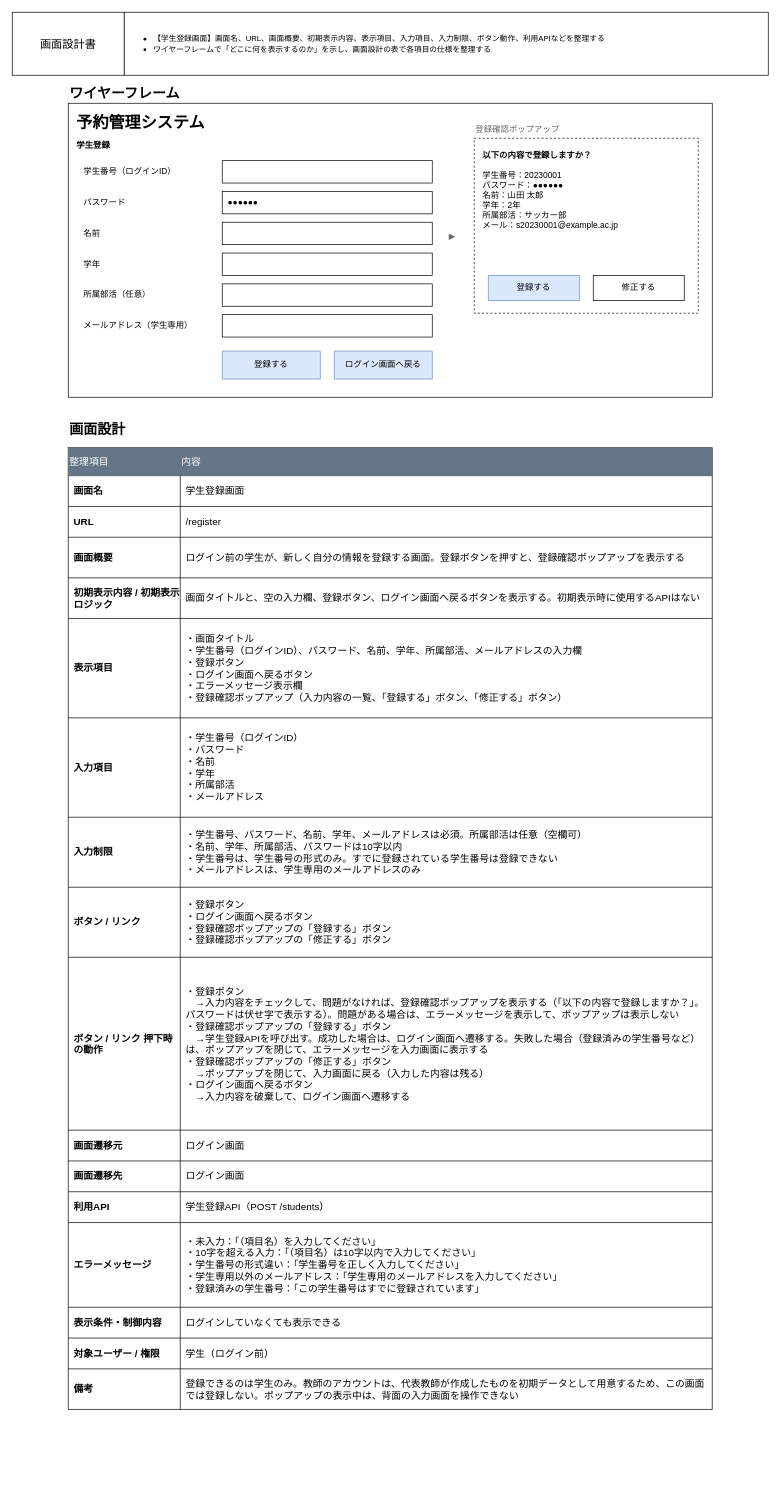
This is page "画面設計書（学生登録画面）" (2 of 5) of docs/詳細設計.drawio from yuhihamada0703/shower-reservation, a draw.io file, before an edit. Source tidied: cells renumbered, new cells numbered last; positions are measured from the earlier drawing's top-left corner, leaving out a move shared by most shapes. Both pictures are drawn from the tidied source at 70%, with x=0, y=0 at pixel (12, 12).
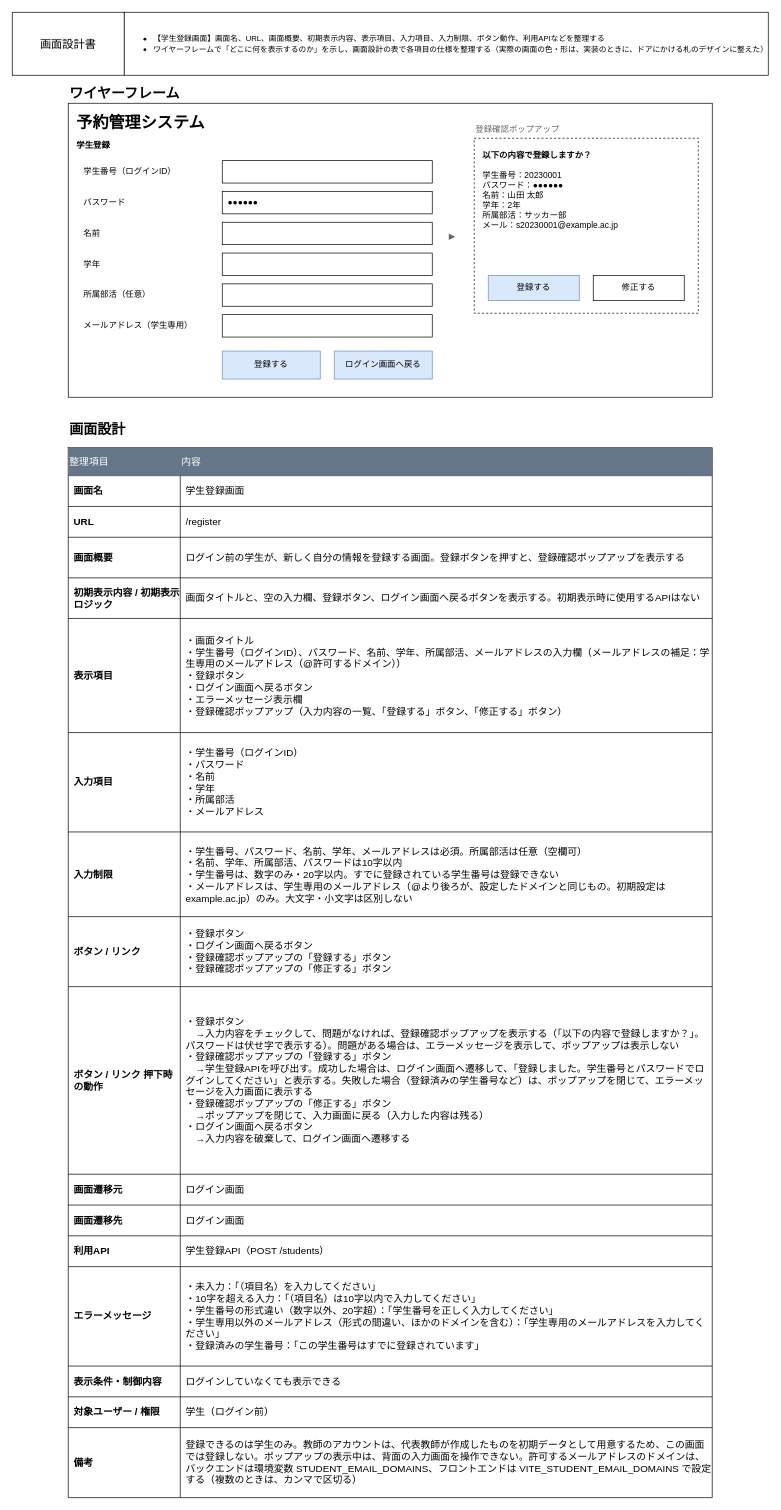
After the change.

Diff of the diagram source:
```diff
@@
-    <mxCell id="3" value="&lt;ul&gt;&lt;li&gt;&lt;font style=&quot;font-size: 11px;&quot;&gt;【学生登録画面】画面名、URL、画面概要、初期表示内容、表示項目、入力項目、入力制限、ボタン動作、利用APIなどを整理する&lt;/font&gt;&lt;/li&gt;&lt;li&gt;&lt;font style=&quot;font-size: 11px;&quot;&gt;ワイヤーフレームで「どこに何を表示するのか」を示し、画面設計の表で各項目の仕様を整理する&lt;/font&gt;&lt;/li&gt;&lt;/ul&gt;" style="whiteSpace=wrap;html=1;align=left;" parent="1" vertex="1">
+    <mxCell id="3" value="&lt;ul&gt;&lt;li&gt;&lt;font style=&quot;font-size: 11px;&quot;&gt;【学生登録画面】画面名、URL、画面概要、初期表示内容、表示項目、入力項目、入力制限、ボタン動作、利用APIなどを整理する&lt;/font&gt;&lt;/li&gt;&lt;li&gt;&lt;font style=&quot;font-size: 11px;&quot;&gt;ワイヤーフレームで「どこに何を表示するのか」を示し、画面設計の表で各項目の仕様を整理する（実際の画面の色・形は、実装のときに、ドアにかける札のデザインに整えた）&lt;/font&gt;&lt;/li&gt;&lt;/ul&gt;" style="whiteSpace=wrap;html=1;align=left;" parent="1" vertex="1">
       <mxGeometry x="160" width="920" height="90" as="geometry" />
     </mxCell>
@@
     <mxCell id="28" style="shape=table;startSize=0;childLayout=tableLayout;fontSize=14;" parent="1" vertex="1">
-      <mxGeometry x="80" y="622" width="920" height="1374" as="geometry" />
+      <mxGeometry x="80" y="622" width="920" height="1500" as="geometry" />
     </mxCell>
@@
     <mxCell id="44" style="shape=tableRow;horizontal=0;startSize=0;swimlaneHead=0;swimlaneBody=0;strokeColor=inherit;top=0;left=0;bottom=0;right=0;fillColor=none;fontSize=14;" parent="28" vertex="1">
-      <mxGeometry y="244" width="920" height="142" as="geometry" />
+      <mxGeometry y="244" width="920" height="163" as="geometry" />
     </mxCell>
     <mxCell id="45" value="表示項目" style="shape=partialRectangle;html=1;whiteSpace=wrap;strokeColor=inherit;overflow=hidden;fillColor=none;top=0;left=0;bottom=0;right=0;fontSize=14;align=left;verticalAlign=middle;spacingLeft=6;fontStyle=1;" parent="44" vertex="1">
-      <mxGeometry width="160" height="142" as="geometry" />
+      <mxGeometry width="160" height="163" as="geometry" />
     </mxCell>
-    <mxCell id="46" value="・画面タイトル&lt;br&gt;・学生番号（ログインID）、パスワード、名前、学年、所属部活、メールアドレスの入力欄&lt;br&gt;・登録ボタン&lt;br&gt;・ログイン画面へ戻るボタン&lt;br&gt;・エラーメッセージ表示欄&lt;br&gt;・登録確認ポップアップ（入力内容の一覧、「登録する」ボタン、「修正する」ボタン）" style="shape=partialRectangle;html=1;whiteSpace=wrap;strokeColor=inherit;overflow=hidden;fillColor=none;top=0;left=0;bottom=0;right=0;fontSize=14;align=left;verticalAlign=middle;spacingLeft=6;" parent="44" vertex="1">
-      <mxGeometry x="160" width="760" height="142" as="geometry" />
+    <mxCell id="46" value="・画面タイトル&lt;br&gt;・学生番号（ログインID）、パスワード、名前、学年、所属部活、メールアドレスの入力欄（メールアドレスの補足：学生専用のメールアドレス（@許可するドメイン））&lt;br&gt;・登録ボタン&lt;br&gt;・ログイン画面へ戻るボタン&lt;br&gt;・エラーメッセージ表示欄&lt;br&gt;・登録確認ポップアップ（入力内容の一覧、「登録する」ボタン、「修正する」ボタン）" style="shape=partialRectangle;html=1;whiteSpace=wrap;strokeColor=inherit;overflow=hidden;fillColor=none;top=0;left=0;bottom=0;right=0;fontSize=14;align=left;verticalAlign=middle;spacingLeft=6;" parent="44" vertex="1">
+      <mxGeometry x="160" width="760" height="163" as="geometry" />
     </mxCell>
     <mxCell id="47" style="shape=tableRow;horizontal=0;startSize=0;swimlaneHead=0;swimlaneBody=0;strokeColor=inherit;top=0;left=0;bottom=0;right=0;fillColor=none;fontSize=14;" parent="28" vertex="1">
-      <mxGeometry y="386" width="920" height="142" as="geometry" />
+      <mxGeometry y="407" width="920" height="142" as="geometry" />
     </mxCell>
@@
     <mxCell id="50" style="shape=tableRow;horizontal=0;startSize=0;swimlaneHead=0;swimlaneBody=0;strokeColor=inherit;top=0;left=0;bottom=0;right=0;fillColor=none;fontSize=14;" parent="28" vertex="1">
-      <mxGeometry y="528" width="920" height="100" as="geometry" />
+      <mxGeometry y="549" width="920" height="121" as="geometry" />
     </mxCell>
     <mxCell id="51" value="入力制限" style="shape=partialRectangle;html=1;whiteSpace=wrap;strokeColor=inherit;overflow=hidden;fillColor=none;top=0;left=0;bottom=0;right=0;fontSize=14;align=left;verticalAlign=middle;spacingLeft=6;fontStyle=1;" parent="50" vertex="1">
-      <mxGeometry width="160" height="100" as="geometry" />
+      <mxGeometry width="160" height="121" as="geometry" />
     </mxCell>
-    <mxCell id="52" value="・学生番号、パスワード、名前、学年、メールアドレスは必須。所属部活は任意（空欄可）&lt;br&gt;・名前、学年、所属部活、パスワードは10字以内&lt;br&gt;・学生番号は、学生番号の形式のみ。すでに登録されている学生番号は登録できない&lt;br&gt;・メールアドレスは、学生専用のメールアドレスのみ" style="shape=partialRectangle;html=1;whiteSpace=wrap;strokeColor=inherit;overflow=hidden;fillColor=none;top=0;left=0;bottom=0;right=0;fontSize=14;align=left;verticalAlign=middle;spacingLeft=6;" parent="50" vertex="1">
-      <mxGeometry x="160" width="760" height="100" as="geometry" />
+    <mxCell id="52" value="・学生番号、パスワード、名前、学年、メールアドレスは必須。所属部活は任意（空欄可）&lt;br&gt;・名前、学年、所属部活、パスワードは10字以内&lt;br&gt;・学生番号は、数字のみ・20字以内。すでに登録されている学生番号は登録できない&lt;br&gt;・メールアドレスは、学生専用のメールアドレス（@より後ろが、設定したドメインと同じもの。初期設定は example.ac.jp）のみ。大文字・小文字は区別しない" style="shape=partialRectangle;html=1;whiteSpace=wrap;strokeColor=inherit;overflow=hidden;fillColor=none;top=0;left=0;bottom=0;right=0;fontSize=14;align=left;verticalAlign=middle;spacingLeft=6;" parent="50" vertex="1">
+      <mxGeometry x="160" width="760" height="121" as="geometry" />
     </mxCell>
     <mxCell id="53" style="shape=tableRow;horizontal=0;startSize=0;swimlaneHead=0;swimlaneBody=0;strokeColor=inherit;top=0;left=0;bottom=0;right=0;fillColor=none;fontSize=14;" parent="28" vertex="1">
-      <mxGeometry y="628" width="920" height="100" as="geometry" />
+      <mxGeometry y="670" width="920" height="100" as="geometry" />
     </mxCell>
@@
     <mxCell id="56" style="shape=tableRow;horizontal=0;startSize=0;swimlaneHead=0;swimlaneBody=0;strokeColor=inherit;top=0;left=0;bottom=0;right=0;fillColor=none;fontSize=14;" parent="28" vertex="1">
-      <mxGeometry y="728" width="920" height="247" as="geometry" />
+      <mxGeometry y="770" width="920" height="268" as="geometry" />
     </mxCell>
     <mxCell id="57" value="ボタン / リンク 押下時の動作" style="shape=partialRectangle;html=1;whiteSpace=wrap;strokeColor=inherit;overflow=hidden;fillColor=none;top=0;left=0;bottom=0;right=0;fontSize=14;align=left;verticalAlign=middle;spacingLeft=6;fontStyle=1;" parent="56" vertex="1">
-      <mxGeometry width="160" height="247" as="geometry" />
+      <mxGeometry width="160" height="268" as="geometry" />
     </mxCell>
-    <mxCell id="58" value="・登録ボタン&lt;br&gt;　→入力内容をチェックして、問題がなければ、登録確認ポップアップを表示する（「以下の内容で登録しますか？」。パスワードは伏せ字で表示する）。問題がある場合は、エラーメッセージを表示して、ポップアップは表示しない&lt;br&gt;・登録確認ポップアップの「登録する」ボタン&lt;br&gt;　→学生登録APIを呼び出す。成功した場合は、ログイン画面へ遷移する。失敗した場合（登録済みの学生番号など）は、ポップアップを閉じて、エラーメッセージを入力画面に表示する&lt;br&gt;・登録確認ポップアップの「修正する」ボタン&lt;br&gt;　→ポップアップを閉じて、入力画面に戻る（入力した内容は残る）&lt;br&gt;・ログイン画面へ戻るボタン&lt;br&gt;　→入力内容を破棄して、ログイン画面へ遷移する" style="shape=partialRectangle;html=1;whiteSpace=wrap;strokeColor=inherit;overflow=hidden;fillColor=none;top=0;left=0;bottom=0;right=0;fontSize=14;align=left;verticalAlign=middle;spacingLeft=6;" parent="56" vertex="1">
-      <mxGeometry x="160" width="760" height="247" as="geometry" />
+    <mxCell id="58" value="・登録ボタン&lt;br&gt;　→入力内容をチェックして、問題がなければ、登録確認ポップアップを表示する（「以下の内容で登録しますか？」。パスワードは伏せ字で表示する）。問題がある場合は、エラーメッセージを表示して、ポップアップは表示しない&lt;br&gt;・登録確認ポップアップの「登録する」ボタン&lt;br&gt;　→学生登録APIを呼び出す。成功した場合は、ログイン画面へ遷移して、「登録しました。学生番号とパスワードでログインしてください」と表示する。失敗した場合（登録済みの学生番号など）は、ポップアップを閉じて、エラーメッセージを入力画面に表示する&lt;br&gt;・登録確認ポップアップの「修正する」ボタン&lt;br&gt;　→ポップアップを閉じて、入力画面に戻る（入力した内容は残る）&lt;br&gt;・ログイン画面へ戻るボタン&lt;br&gt;　→入力内容を破棄して、ログイン画面へ遷移する" style="shape=partialRectangle;html=1;whiteSpace=wrap;strokeColor=inherit;overflow=hidden;fillColor=none;top=0;left=0;bottom=0;right=0;fontSize=14;align=left;verticalAlign=middle;spacingLeft=6;" parent="56" vertex="1">
+      <mxGeometry x="160" width="760" height="268" as="geometry" />
     </mxCell>
     <mxCell id="59" style="shape=tableRow;horizontal=0;startSize=0;swimlaneHead=0;swimlaneBody=0;strokeColor=inherit;top=0;left=0;bottom=0;right=0;fillColor=none;fontSize=14;" parent="28" vertex="1">
-      <mxGeometry y="975" width="920" height="44" as="geometry" />
+      <mxGeometry y="1038" width="920" height="44" as="geometry" />
     </mxCell>
@@
     <mxCell id="62" style="shape=tableRow;horizontal=0;startSize=0;swimlaneHead=0;swimlaneBody=0;strokeColor=inherit;top=0;left=0;bottom=0;right=0;fillColor=none;fontSize=14;" parent="28" vertex="1">
-      <mxGeometry y="1019" width="920" height="44" as="geometry" />
+      <mxGeometry y="1082" width="920" height="44" as="geometry" />
     </mxCell>
@@
     <mxCell id="65" style="shape=tableRow;horizontal=0;startSize=0;swimlaneHead=0;swimlaneBody=0;strokeColor=inherit;top=0;left=0;bottom=0;right=0;fillColor=none;fontSize=14;" parent="28" vertex="1">
-      <mxGeometry y="1063" width="920" height="44" as="geometry" />
+      <mxGeometry y="1126" width="920" height="44" as="geometry" />
     </mxCell>
@@
     <mxCell id="68" style="shape=tableRow;horizontal=0;startSize=0;swimlaneHead=0;swimlaneBody=0;strokeColor=inherit;top=0;left=0;bottom=0;right=0;fillColor=none;fontSize=14;" parent="28" vertex="1">
-      <mxGeometry y="1107" width="920" height="121" as="geometry" />
+      <mxGeometry y="1170" width="920" height="142" as="geometry" />
     </mxCell>
     <mxCell id="69" value="エラーメッセージ" style="shape=partialRectangle;html=1;whiteSpace=wrap;strokeColor=inherit;overflow=hidden;fillColor=none;top=0;left=0;bottom=0;right=0;fontSize=14;align=left;verticalAlign=middle;spacingLeft=6;fontStyle=1;" parent="68" vertex="1">
-      <mxGeometry width="160" height="121" as="geometry" />
+      <mxGeometry width="160" height="142" as="geometry" />
     </mxCell>
-    <mxCell id="70" value="・未入力：「（項目名）を入力してください」&lt;br&gt;・10字を超える入力：「（項目名）は10字以内で入力してください」&lt;br&gt;・学生番号の形式違い：「学生番号を正しく入力してください」&lt;br&gt;・学生専用以外のメールアドレス：「学生専用のメールアドレスを入力してください」&lt;br&gt;・登録済みの学生番号：「この学生番号はすでに登録されています」" style="shape=partialRectangle;html=1;whiteSpace=wrap;strokeColor=inherit;overflow=hidden;fillColor=none;top=0;left=0;bottom=0;right=0;fontSize=14;align=left;verticalAlign=middle;spacingLeft=6;" parent="68" vertex="1">
-      <mxGeometry x="160" width="760" height="121" as="geometry" />
+    <mxCell id="70" value="・未入力：「（項目名）を入力してください」&lt;br&gt;・10字を超える入力：「（項目名）は10字以内で入力してください」&lt;br&gt;・学生番号の形式違い（数字以外、20字超）：「学生番号を正しく入力してください」&lt;br&gt;・学生専用以外のメールアドレス（形式の間違い、ほかのドメインを含む）：「学生専用のメールアドレスを入力してください」&lt;br&gt;・登録済みの学生番号：「この学生番号はすでに登録されています」" style="shape=partialRectangle;html=1;whiteSpace=wrap;strokeColor=inherit;overflow=hidden;fillColor=none;top=0;left=0;bottom=0;right=0;fontSize=14;align=left;verticalAlign=middle;spacingLeft=6;" parent="68" vertex="1">
+      <mxGeometry x="160" width="760" height="142" as="geometry" />
     </mxCell>
     <mxCell id="71" style="shape=tableRow;horizontal=0;startSize=0;swimlaneHead=0;swimlaneBody=0;strokeColor=inherit;top=0;left=0;bottom=0;right=0;fillColor=none;fontSize=14;" parent="28" vertex="1">
-      <mxGeometry y="1228" width="920" height="44" as="geometry" />
+      <mxGeometry y="1312" width="920" height="44" as="geometry" />
     </mxCell>
@@
     <mxCell id="74" style="shape=tableRow;horizontal=0;startSize=0;swimlaneHead=0;swimlaneBody=0;strokeColor=inherit;top=0;left=0;bottom=0;right=0;fillColor=none;fontSize=14;" parent="28" vertex="1">
-      <mxGeometry y="1272" width="920" height="44" as="geometry" />
+      <mxGeometry y="1356" width="920" height="44" as="geometry" />
     </mxCell>
@@
     <mxCell id="77" style="shape=tableRow;horizontal=0;startSize=0;swimlaneHead=0;swimlaneBody=0;strokeColor=inherit;top=0;left=0;bottom=0;right=0;fillColor=none;fontSize=14;" parent="28" vertex="1">
-      <mxGeometry y="1316" width="920" height="58" as="geometry" />
+      <mxGeometry y="1400" width="920" height="100" as="geometry" />
     </mxCell>
     <mxCell id="78" value="備考" style="shape=partialRectangle;html=1;whiteSpace=wrap;strokeColor=inherit;overflow=hidden;fillColor=none;top=0;left=0;bottom=0;right=0;fontSize=14;align=left;verticalAlign=middle;spacingLeft=6;fontStyle=1;" parent="77" vertex="1">
-      <mxGeometry width="160" height="58" as="geometry" />
+      <mxGeometry width="160" height="100" as="geometry" />
     </mxCell>
-    <mxCell id="79" value="登録できるのは学生のみ。教師のアカウントは、代表教師が作成したものを初期データとして用意するため、この画面では登録しない。ポップアップの表示中は、背面の入力画面を操作できない" style="shape=partialRectangle;html=1;whiteSpace=wrap;strokeColor=inherit;overflow=hidden;fillColor=none;top=0;left=0;bottom=0;right=0;fontSize=14;align=left;verticalAlign=middle;spacingLeft=6;" parent="77" vertex="1">
-      <mxGeometry x="160" width="760" height="58" as="geometry" />
+    <mxCell id="79" value="登録できるのは学生のみ。教師のアカウントは、代表教師が作成したものを初期データとして用意するため、この画面では登録しない。ポップアップの表示中は、背面の入力画面を操作できない。許可するメールアドレスのドメインは、バックエンドは環境変数 STUDENT_EMAIL_DOMAINS、フロントエンドは VITE_STUDENT_EMAIL_DOMAINS で設定する（複数のときは、カンマで区切る）" style="shape=partialRectangle;html=1;whiteSpace=wrap;strokeColor=inherit;overflow=hidden;fillColor=none;top=0;left=0;bottom=0;right=0;fontSize=14;align=left;verticalAlign=middle;spacingLeft=6;" parent="77" vertex="1">
+      <mxGeometry x="160" width="760" height="100" as="geometry" />
     </mxCell>
```
